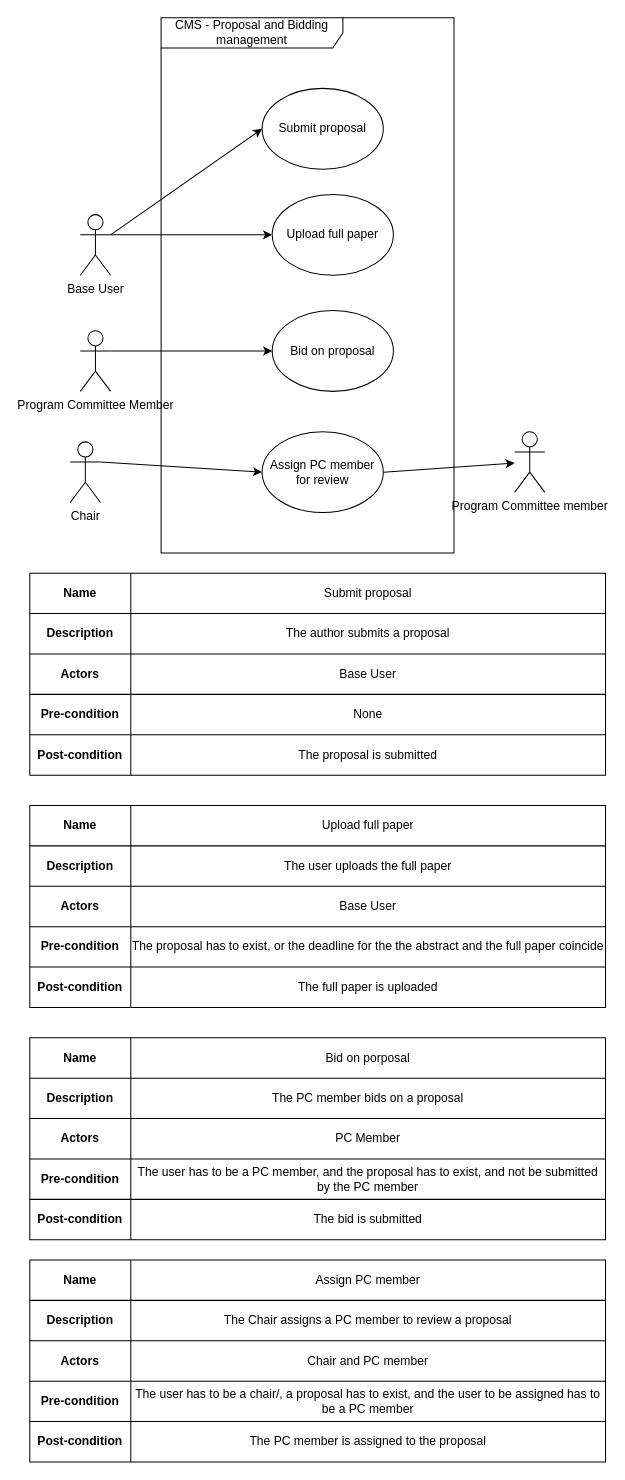
Before: Documentation/Diagrams/Case/ProposalAndBiddingCase.drawio in raresica1234/ATAR-SE, a draw.io diagram. Source tidied: cells renumbered, new cells numbered last; positions are measured from the earlier drawing's top-left corner, leaving out a move shared by most shapes. Both pictures are drawn from the tidied source at 101%, with x=0, y=0 at pixel (29, 17).
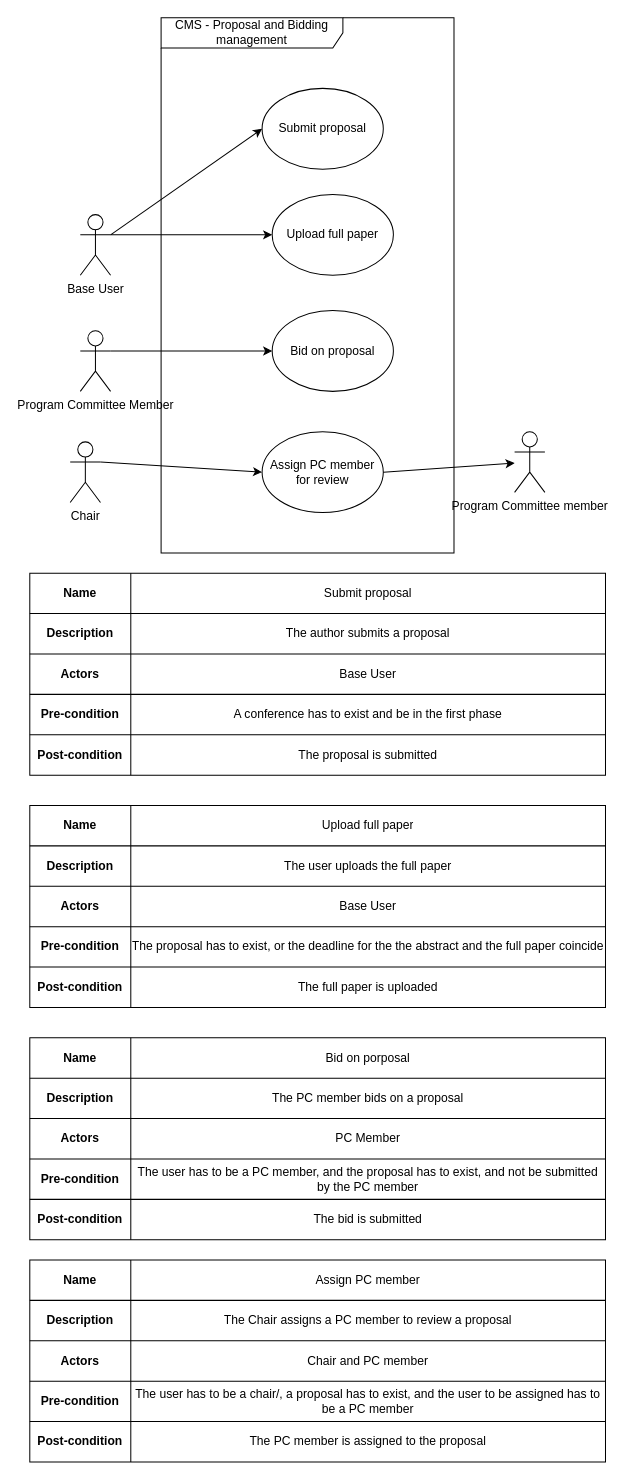
After the change.

Commit message:
Updated diagram to include proper pre-condition for submitting proposal

The change refers to these unchanged cells:
```xml
<mxCell id="20" style="shape=partialRectangle;html=1;whiteSpace=wrap;fillColor=none;top=0;left=0;bottom=0;right=0;" parent="10" vertex="1">
  <mxGeometry y="120" width="570" height="40" as="geometry" />
</mxCell>
```

What changed in the source:
```diff
@@
-    <mxCell id="22" value="None" style="shape=partialRectangle;html=1;whiteSpace=wrap;overflow=hidden;fillColor=none;top=0;left=0;bottom=0;right=0;" parent="20" vertex="1">
+    <mxCell id="22" value="A conference has to exist and be in the first phase" style="shape=partialRectangle;html=1;whiteSpace=wrap;overflow=hidden;fillColor=none;top=0;left=0;bottom=0;right=0;" parent="20" vertex="1">
       <mxGeometry x="100" width="470" height="40" as="geometry" />
     </mxCell>
```
